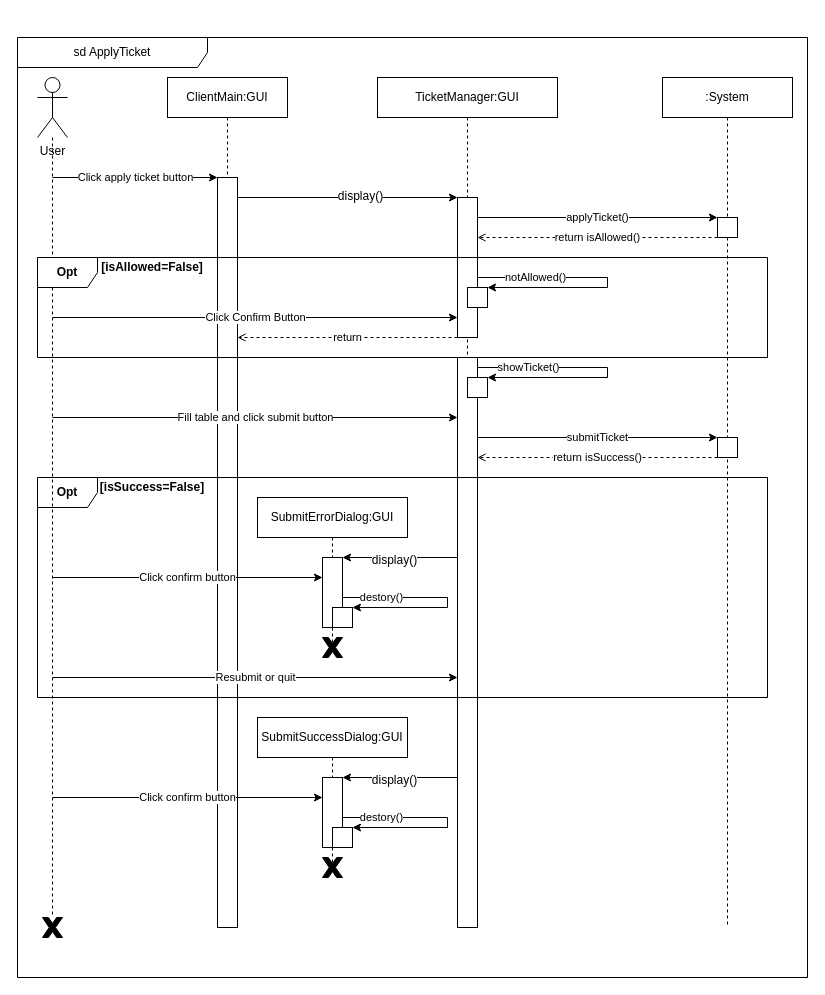
Before: page "申请服务单" (1 of 29) of 需求规格说明书/Ishgrina/img/动态模型.drawio in Isatronia/e-life_TicketManager, a draw.io diagram. Source tidied: cells renumbered, new cells numbered last; positions are measured from the earlier drawing's top-left corner, leaving out a move shared by most shapes. Both pictures are drawn from the tidied source at 100%, with x=0, y=0 at pixel (17, 37).
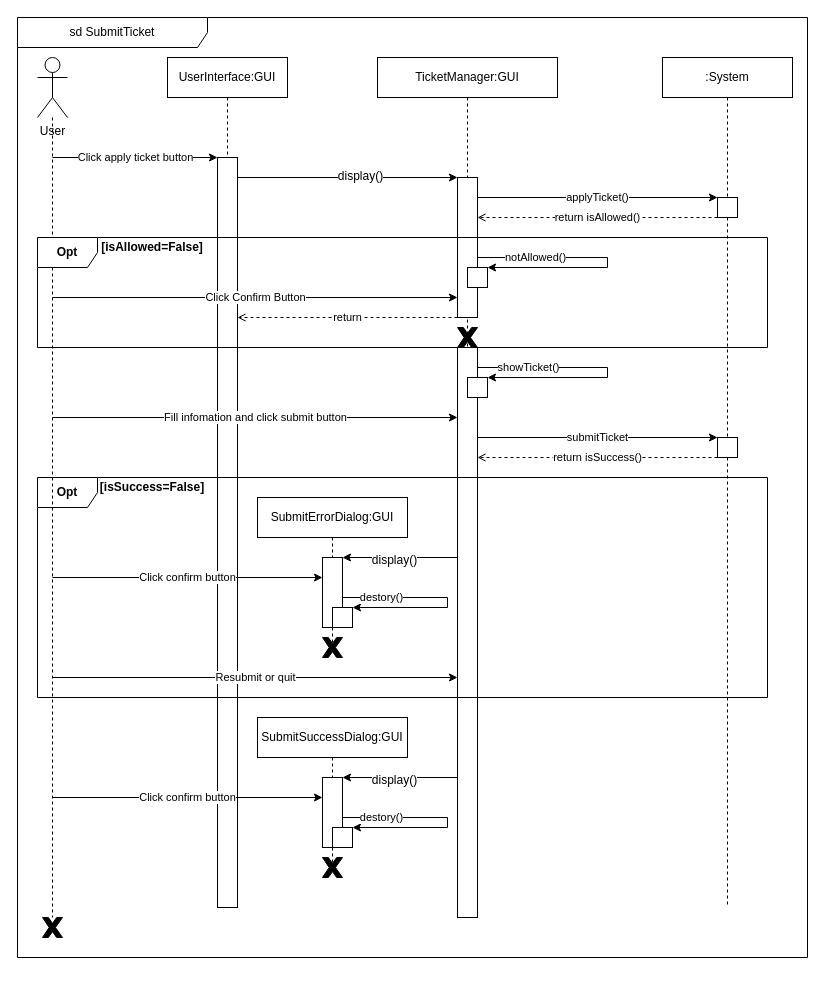
The same diagram, later.

The change refers to these unchanged cells:
```xml
<mxCell id="19" style="rounded=0;whiteSpace=wrap;html=1;" parent="17" vertex="1">
  <mxGeometry x="90" y="210" width="20" height="20" as="geometry" />
</mxCell>
<mxCell id="45" style="verticalLabelPosition=bottom;verticalAlign=top;html=1;shape=mxgraph.basic.x;fillColor=#000000;" parent="1" vertex="1">
  <mxGeometry x="25" y="880" width="20" height="20" as="geometry" />
</mxCell>
```

Diff of the diagram source:
```diff
@@
-    <mxCell id="2" value="sd ApplyTicket" style="shape=umlFrame;whiteSpace=wrap;html=1;width=190;height=30;" parent="1" vertex="1">
-      <mxGeometry width="790" height="940" as="geometry" />
+    <mxCell id="2" value="sd SubmitTicket" style="shape=umlFrame;whiteSpace=wrap;html=1;width=190;height=30;" parent="1" vertex="1">
+      <mxGeometry y="-20" width="790" height="940" as="geometry" />
     </mxCell>
     <mxCell id="3" value="User" style="shape=umlActor;verticalLabelPosition=bottom;labelBackgroundColor=#ffffff;verticalAlign=top;html=1;" parent="1" vertex="1">
-      <mxGeometry x="20" y="40" width="30" height="60" as="geometry" />
+      <mxGeometry x="20" y="20" width="30" height="60" as="geometry" />
     </mxCell>
     <mxCell id="4" value="applyTicket()" style="endArrow=classic;html=1;" parent="1" edge="1">
       <mxGeometry relative="1" as="geometry">
-        <mxPoint x="460" y="180" as="sourcePoint" />
-        <mxPoint x="700" y="180" as="targetPoint" />
+        <mxPoint x="460" y="160" as="sourcePoint" />
+        <mxPoint x="700" y="160" as="targetPoint" />
       </mxGeometry>
     </mxCell>
     <mxCell id="5" value="notAllowed()" style="endArrow=classic;html=1;edgeStyle=orthogonalEdgeStyle;entryX=1;entryY=0;entryDx=0;entryDy=0;rounded=0;" parent="1" edge="1" target="19">
       <mxGeometry x="-0.55" relative="1" as="geometry">
-        <mxPoint x="460" y="240" as="sourcePoint" />
+        <mxPoint x="460" y="220" as="sourcePoint" />
         <Array as="points">
-          <mxPoint x="590" y="240" />
-          <mxPoint x="590" y="250" />
+          <mxPoint x="590" y="220" />
+          <mxPoint x="590" y="230" />
         </Array>
       </mxGeometry>
     </mxCell>
     <mxCell id="6" value="return" style="endArrow=open;html=1;dashed=1;endFill=0;" parent="1" edge="1">
       <mxGeometry relative="1" as="geometry">
-        <mxPoint x="440" y="300" as="sourcePoint" />
-        <mxPoint x="220" y="300" as="targetPoint" />
+        <mxPoint x="440" y="280" as="sourcePoint" />
+        <mxPoint x="220" y="280" as="targetPoint" />
         <Array as="points">
-          <mxPoint x="340" y="300" />
+          <mxPoint x="340" y="280" />
         </Array>
       </mxGeometry>
     </mxCell>
-    <mxCell id="7" value="ClientMain:GUI" style="shape=umlLifeline;perimeter=lifelinePerimeter;whiteSpace=wrap;html=1;" parent="1" vertex="1">
-      <mxGeometry x="150" y="40" width="120" height="850" as="geometry" />
+    <mxCell id="7" value="UserInterface:GUI" style="shape=umlLifeline;perimeter=lifelinePerimeter;whiteSpace=wrap;html=1;" parent="1" vertex="1">
+      <mxGeometry x="150" y="20" width="120" height="850" as="geometry" />
     </mxCell>
@@
     <mxCell id="9" value="Click apply ticket button" style="endArrow=classic;html=1;" parent="1" edge="1">
       <mxGeometry relative="1" as="geometry">
-        <mxPoint x="35" y="140" as="sourcePoint" />
-        <mxPoint x="200" y="140" as="targetPoint" />
+        <mxPoint x="35" y="120" as="sourcePoint" />
+        <mxPoint x="200" y="120" as="targetPoint" />
       </mxGeometry>
     </mxCell>
     <mxCell id="10" style="endArrow=classic;html=1;" parent="1" edge="1">
       <mxGeometry relative="1" as="geometry">
-        <mxPoint x="220" y="160" as="sourcePoint" />
-        <mxPoint x="440" y="160" as="targetPoint" />
+        <mxPoint x="220" y="140" as="sourcePoint" />
+        <mxPoint x="440" y="140" as="targetPoint" />
       </mxGeometry>
     </mxCell>
@@
     <mxCell id="12" value=":System" style="shape=umlLifeline;perimeter=lifelinePerimeter;whiteSpace=wrap;html=1;" parent="1" vertex="1">
-      <mxGeometry x="645" y="40" width="130" height="850" as="geometry" />
+      <mxGeometry x="645" y="20" width="130" height="850" as="geometry" />
     </mxCell>
@@
     <mxCell id="14" style="rounded=0;whiteSpace=wrap;html=1;" parent="12" vertex="1">
-      <mxGeometry x="55" y="360" width="20" height="20" as="geometry" />
+      <mxGeometry x="55" y="380" width="20" height="20" as="geometry" />
     </mxCell>
     <mxCell id="15" value="return isAllowed()" style="endArrow=open;html=1;dashed=1;endFill=0;" parent="1" edge="1">
       <mxGeometry relative="1" as="geometry">
-        <mxPoint x="700" y="200" as="sourcePoint" />
-        <mxPoint x="460" y="200" as="targetPoint" />
+        <mxPoint x="700" y="180" as="sourcePoint" />
+        <mxPoint x="460" y="180" as="targetPoint" />
       </mxGeometry>
     </mxCell>
     <mxCell id="16" value="&lt;b&gt;[isAllowed=False]&lt;/b&gt;" style="text;html=1;strokeColor=none;fillColor=none;align=center;verticalAlign=middle;whiteSpace=wrap;rounded=0;" parent="1" vertex="1">
-      <mxGeometry x="80" y="220" width="110" height="20" as="geometry" />
+      <mxGeometry x="80" y="200" width="110" height="20" as="geometry" />
     </mxCell>
     <mxCell id="17" value="TicketManager:GUI" style="shape=umlLifeline;perimeter=lifelinePerimeter;whiteSpace=wrap;html=1;" parent="1" vertex="1">
-      <mxGeometry x="360" y="40" width="180" height="850" as="geometry" />
+      <mxGeometry x="360" y="20" width="180" height="850" as="geometry" />
     </mxCell>
@@
     <mxCell id="20" style="rounded=0;whiteSpace=wrap;html=1;" parent="17" vertex="1">
-      <mxGeometry x="80" y="280" width="20" height="570" as="geometry" />
+      <mxGeometry x="80" y="290" width="20" height="570" as="geometry" />
     </mxCell>
     <mxCell id="21" style="rounded=0;whiteSpace=wrap;html=1;" parent="17" vertex="1">
-      <mxGeometry x="90" y="300" width="20" height="20" as="geometry" />
+      <mxGeometry x="90" y="320" width="20" height="20" as="geometry" />
     </mxCell>
     <mxCell id="22" value="showTicket()" style="endArrow=classic;html=1;edgeStyle=orthogonalEdgeStyle;entryX=1;entryY=0;entryDx=0;entryDy=0;rounded=0;" parent="17" edge="1" target="21">
       <mxGeometry x="-0.55" relative="1" as="geometry">
-        <mxPoint x="100" y="300" as="sourcePoint" />
+        <mxPoint x="100" y="320" as="sourcePoint" />
         <Array as="points">
-          <mxPoint x="230" y="290" />
-          <mxPoint x="230" y="300" />
+          <mxPoint x="230" y="310" />
+          <mxPoint x="230" y="320" />
         </Array>
       </mxGeometry>
     </mxCell>
-    <mxCell id="23" value="Fill table and click submit button" style="endArrow=classic;html=1;" parent="1" edge="1">
+    <mxCell id="23" value="Fill infomation and click submit button" style="endArrow=classic;html=1;" parent="1" edge="1">
       <mxGeometry relative="1" as="geometry">
         <mxPoint x="35" y="380" as="sourcePoint" />
         <mxPoint x="440" y="380" as="targetPoint" />
       </mxGeometry>
     </mxCell>
@@
     <mxCell id="46" style="endArrow=none;dashed=1;html=1;" parent="1" edge="1" target="45">
       <mxGeometry relative="1" as="geometry">
-        <mxPoint x="35" y="100" as="sourcePoint" />
+        <mxPoint x="35" y="80" as="sourcePoint" />
       </mxGeometry>
     </mxCell>
     <mxCell id="47" value="Click Confirm Button" style="endArrow=classic;html=1;" parent="1" edge="1">
       <mxGeometry relative="1" as="geometry">
-        <mxPoint x="35" y="280" as="sourcePoint" />
-        <mxPoint x="440" y="280" as="targetPoint" />
+        <mxPoint x="35" y="260" as="sourcePoint" />
+        <mxPoint x="440" y="260" as="targetPoint" />
       </mxGeometry>
     </mxCell>
     <mxCell id="48" value="&lt;b&gt;Opt&lt;/b&gt;" style="shape=umlFrame;whiteSpace=wrap;html=1;" parent="1" vertex="1">
-      <mxGeometry x="20" y="220" width="730" height="100" as="geometry" />
+      <mxGeometry x="20" y="200" width="730" height="110" as="geometry" />
     </mxCell>
+    <mxCell id="49" style="verticalLabelPosition=bottom;verticalAlign=top;html=1;shape=mxgraph.basic.x;fillColor=#000000;" parent="1" vertex="1">
+      <mxGeometry x="440" y="290" width="20" height="20" as="geometry" />
+    </mxCell>
```
